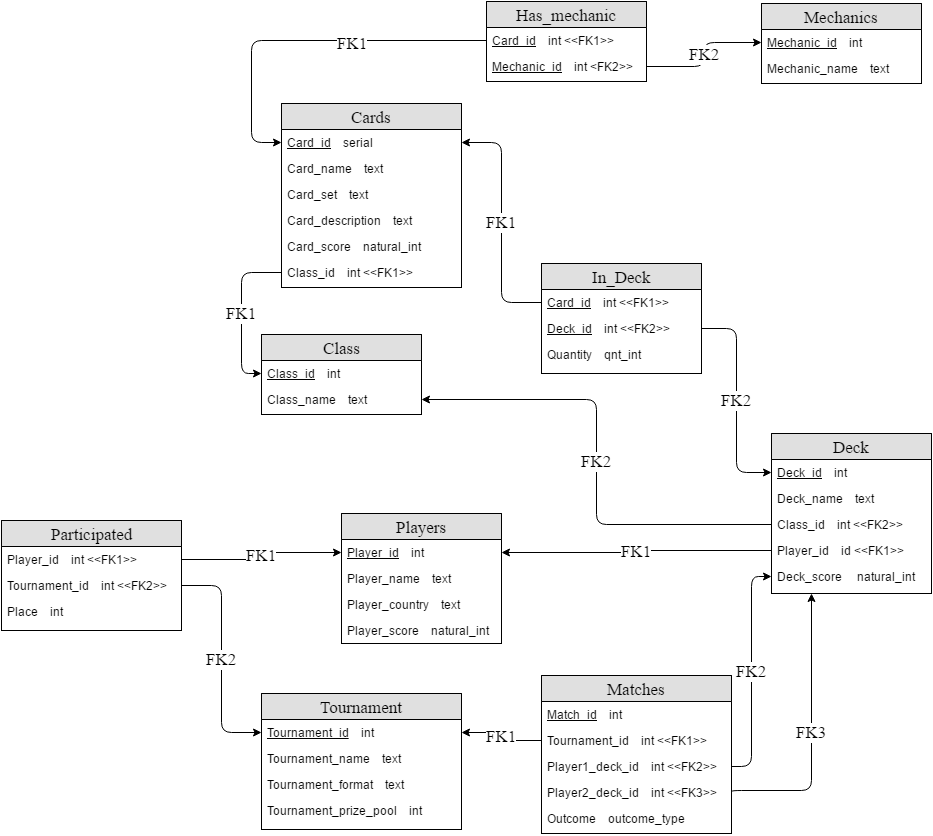
Earlier version of the draw.io export PDM.png (21011996/HearthStoneDB). Source tidied: cells renumbered, new cells last; positions are measured from the earlier drawing's top-left corner, leaving out a move shared by most shapes.
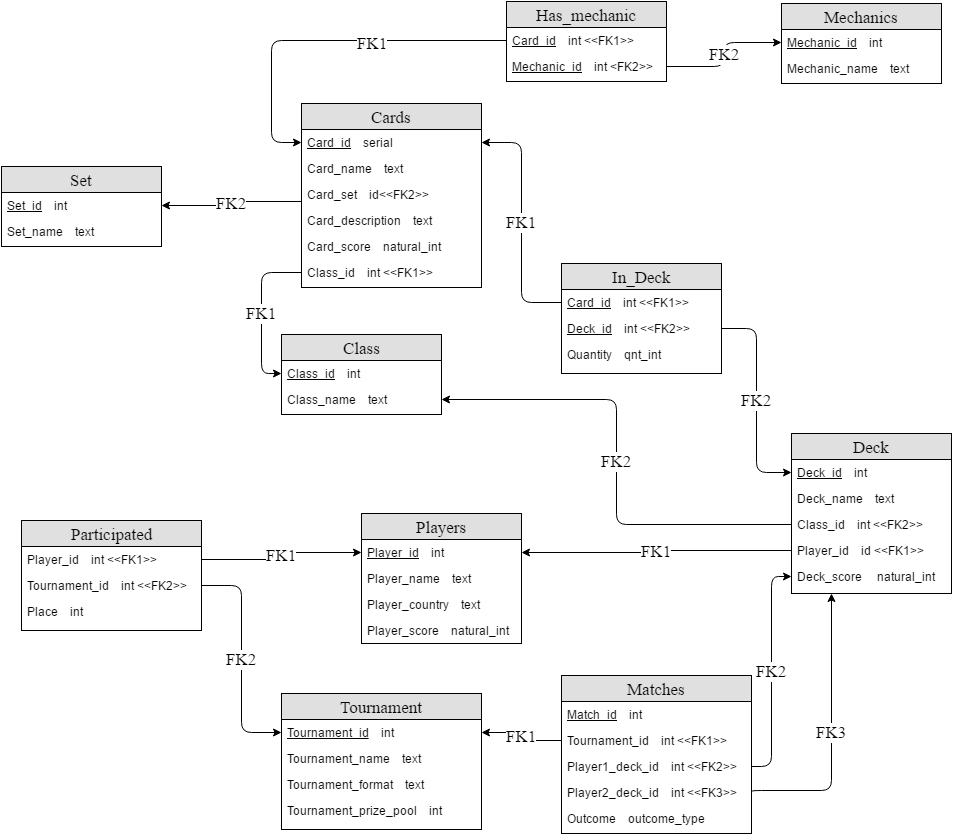
After the commit.

What changed in the source:
```diff
@@ -11,7 +11,7 @@
     <mxCell id="4" value="Card_name &amp;nbsp; &amp;nbsp;text" style="text;html=1;strokeColor=none;fillColor=none;spacingLeft=4;spacingRight=4;whiteSpace=wrap;overflow=hidden;" parent="2" vertex="1">
       <mxGeometry y="52" width="180" height="26" as="geometry" />
     </mxCell>
-    <mxCell id="5" value="Card_set &amp;nbsp; &amp;nbsp;text" style="text;html=1;strokeColor=none;fillColor=none;spacingLeft=4;spacingRight=4;whiteSpace=wrap;overflow=hidden;points=[[0,0.5],[1,0.5]];portConstraint=eastwest;" parent="2" vertex="1">
+    <mxCell id="5" value="Card_set &amp;nbsp; &amp;nbsp;id&amp;lt;&amp;lt;FK2&amp;gt;&amp;gt;" style="text;html=1;strokeColor=none;fillColor=none;spacingLeft=4;spacingRight=4;whiteSpace=wrap;overflow=hidden;points=[[0,0.5],[1,0.5]];portConstraint=eastwest;" parent="2" vertex="1">
       <mxGeometry y="78" width="180" height="26" as="geometry" />
     </mxCell>
     <mxCell id="6" value="Card_description &amp;nbsp; &amp;nbsp;text" style="text;html=1;strokeColor=none;fillColor=none;spacingLeft=4;spacingRight=4;whiteSpace=wrap;overflow=hidden;" parent="2" vertex="1">
@@ -193,5 +193,21 @@
         <mxPoint x="-32" y="-48" as="offset" />
       </mxGeometry>
     </mxCell>
+    <mxCell id="60" value="Set" style="swimlane;html=1;fontStyle=0;horizontal=1;startSize=26;fillColor=#e0e0e0;swimlaneFillColor=#ffffff;align=center;fontFamily=Times New Roman;fontSize=17;" parent="1" vertex="1">
+      <mxGeometry x="-20" y="165" width="160" height="80" as="geometry" />
+    </mxCell>
+    <mxCell id="61" value="&lt;u&gt;Set_id&lt;/u&gt; &amp;nbsp; &amp;nbsp;int" style="text;html=1;strokeColor=none;fillColor=none;spacingLeft=4;spacingRight=4;whiteSpace=wrap;overflow=hidden;points=[[0,0.5],[1,0.5]];portConstraint=eastwest;" parent="60" vertex="1">
+      <mxGeometry y="26" width="160" height="26" as="geometry" />
+    </mxCell>
+    <mxCell id="62" value="Set_name &amp;nbsp; &amp;nbsp;text" style="text;html=1;strokeColor=none;fillColor=none;spacingLeft=4;spacingRight=4;whiteSpace=wrap;overflow=hidden;" parent="60" vertex="1">
+      <mxGeometry y="52" width="160" height="26" as="geometry" />
+    </mxCell>
+    <mxCell id="63" value="FK2" style="edgeStyle=elbowEdgeStyle;elbow=horizontal;endArrow=classic;html=1;shadow=0;fontFamily=Times New Roman;fontSize=17;exitX=0;exitY=0.769;entryX=1;entryY=0.5;exitPerimeter=0;" parent="1" edge="1" source="5" target="61">
+      <mxGeometry x="290" y="149" as="geometry">
+        <Array as="points">
+          <mxPoint x="210" y="204" />
+        </Array>
+      </mxGeometry>
+    </mxCell>
   </root>
 </mxGraphModel>
```
